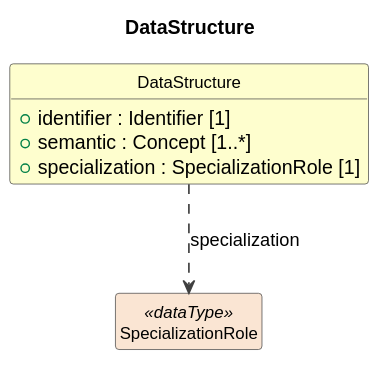
Above: build/plantuml/cdifDataStructure/Classes/DataStructure.svg in Cross-Domain-Interoperability-Framework/metadataBuildingBlocks (PlantUML), before the change.
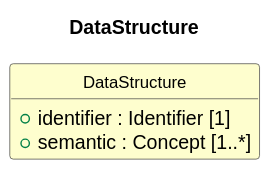
After the change.

What changed in the source:
```diff
@@ -13,8 +13,5 @@
 class "DataStructure" as DataStructure #FEFECE {
   +identifier : Identifier [1]
   +semantic : Concept [1..*]
-  +specialization : SpecializationRole [1]
 }
-class "SpecializationRole" as SpecializationRole <<dataType>> #FAE5D3
-DataStructure ..> SpecializationRole : specialization
 @enduml
```
